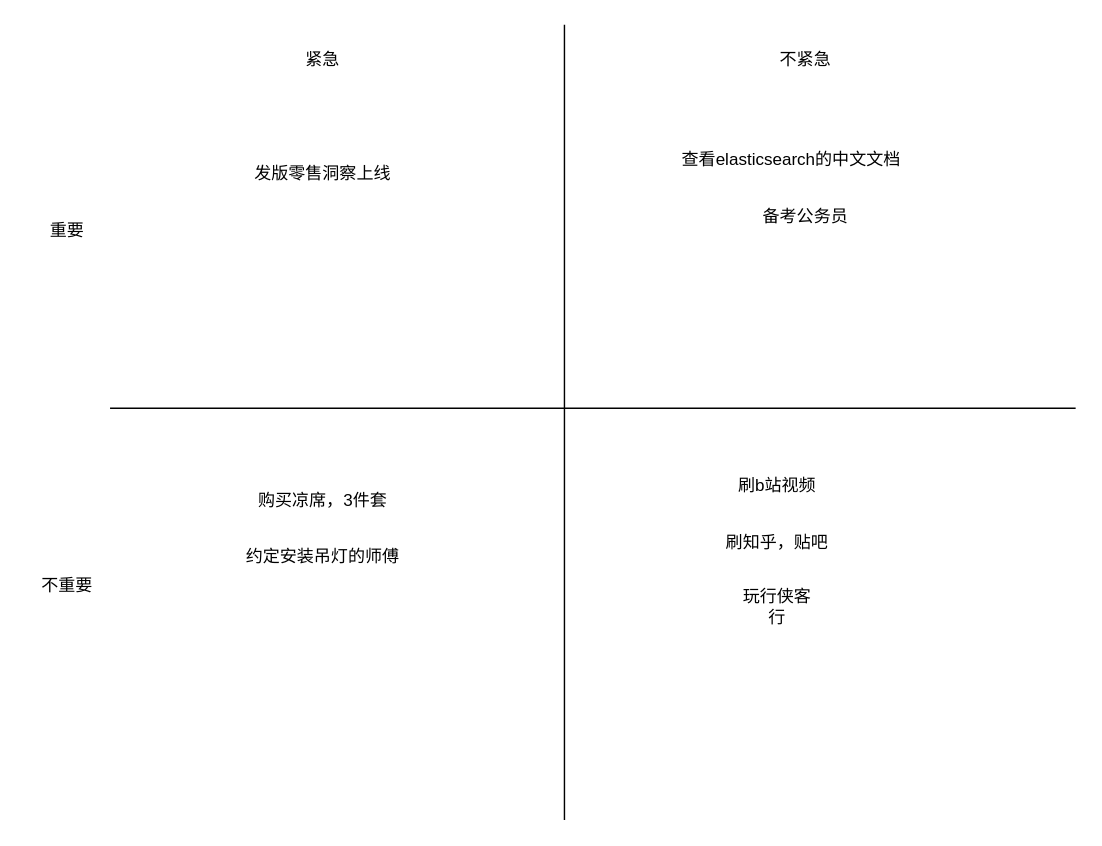
Earlier version of the draw.io diagram 6月四象限.drawio (nothingMoreL/diagrams). Source tidied: cells renumbered, new cells numbered last; positions are measured from the earlier drawing's top-left corner, leaving out a move shared by most shapes. Both pictures are drawn from the tidied source at 142%, with x=0, y=0 at pixel (24, 24).
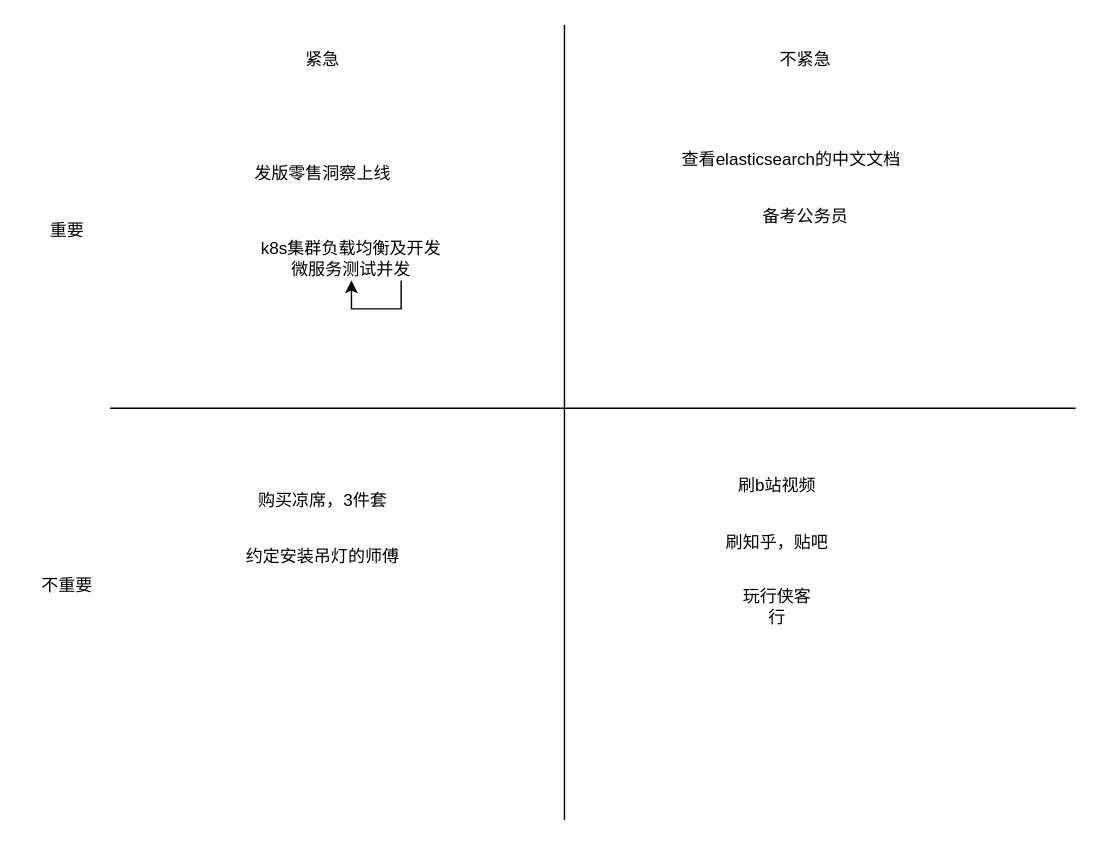
The same diagram, later.

Commit message:
更新6月四象限.drawio

The edit, as a diff of the source:
```diff
@@
 <mxGraphModel>
   <root>
     <mxCell id="0" />
     <mxCell id="1" parent="0" />
     <mxCell id="2" style="endArrow=none;html=1;rounded=0;" parent="1" edge="1">
       <mxGeometry relative="1" as="geometry">
         <mxPoint x="60" y="270" as="sourcePoint" />
         <mxPoint x="740" y="270" as="targetPoint" />
       </mxGeometry>
     </mxCell>
     <mxCell id="3" style="endArrow=none;html=1;rounded=0;" parent="1" edge="1">
       <mxGeometry relative="1" as="geometry">
         <mxPoint x="380" y="560" as="sourcePoint" />
         <mxPoint x="380" as="targetPoint" />
       </mxGeometry>
     </mxCell>
     <mxCell id="4" value="重要" style="text;html=1;strokeColor=none;fillColor=none;align=center;verticalAlign=middle;whiteSpace=wrap;rounded=0;" parent="1" vertex="1">
       <mxGeometry y="130" width="60" height="30" as="geometry" />
     </mxCell>
     <mxCell id="5" value="不重要" style="text;html=1;strokeColor=none;fillColor=none;align=center;verticalAlign=middle;whiteSpace=wrap;rounded=0;" parent="1" vertex="1">
       <mxGeometry y="380" width="60" height="30" as="geometry" />
     </mxCell>
     <mxCell id="6" value="紧急" style="text;html=1;strokeColor=none;fillColor=none;align=center;verticalAlign=middle;whiteSpace=wrap;rounded=0;" parent="1" vertex="1">
       <mxGeometry x="180" y="10" width="60" height="30" as="geometry" />
     </mxCell>
     <mxCell id="7" value="不紧急" style="text;html=1;strokeColor=none;fillColor=none;align=center;verticalAlign=middle;whiteSpace=wrap;rounded=0;" parent="1" vertex="1">
       <mxGeometry x="520" y="10" width="60" height="30" as="geometry" />
     </mxCell>
     <mxCell id="8" value="发版零售洞察上线" style="text;html=1;strokeColor=none;fillColor=none;align=center;verticalAlign=middle;whiteSpace=wrap;rounded=0;" parent="1" vertex="1">
       <mxGeometry x="130" y="90" width="160" height="30" as="geometry" />
     </mxCell>
     <mxCell id="9" value="查看elasticsearch的中文文档" style="text;html=1;strokeColor=none;fillColor=none;align=center;verticalAlign=middle;whiteSpace=wrap;rounded=0;" parent="1" vertex="1">
       <mxGeometry x="440" y="80" width="200" height="30" as="geometry" />
     </mxCell>
     <mxCell id="10" value="购买凉席，3件套" style="text;html=1;strokeColor=none;fillColor=none;align=center;verticalAlign=middle;whiteSpace=wrap;rounded=0;" parent="1" vertex="1">
       <mxGeometry x="145" y="320" width="130" height="30" as="geometry" />
     </mxCell>
     <mxCell id="11" value="约定安装吊灯的师傅" style="text;html=1;strokeColor=none;fillColor=none;align=center;verticalAlign=middle;whiteSpace=wrap;rounded=0;" parent="1" vertex="1">
       <mxGeometry x="135" y="360" width="150" height="30" as="geometry" />
     </mxCell>
     <mxCell id="12" value="刷b站视频" style="text;html=1;strokeColor=none;fillColor=none;align=center;verticalAlign=middle;whiteSpace=wrap;rounded=0;" parent="1" vertex="1">
       <mxGeometry x="500" y="310" width="60" height="30" as="geometry" />
     </mxCell>
     <mxCell id="13" value="刷知乎，贴吧" style="text;html=1;strokeColor=none;fillColor=none;align=center;verticalAlign=middle;whiteSpace=wrap;rounded=0;" parent="1" vertex="1">
       <mxGeometry x="480" y="350" width="100" height="30" as="geometry" />
     </mxCell>
     <mxCell id="14" value="玩行侠客行" style="text;html=1;strokeColor=none;fillColor=none;align=center;verticalAlign=middle;whiteSpace=wrap;rounded=0;" parent="1" vertex="1">
       <mxGeometry x="500" y="395" width="60" height="30" as="geometry" />
     </mxCell>
     <mxCell id="15" value="备考公务员" style="text;html=1;strokeColor=none;fillColor=none;align=center;verticalAlign=middle;whiteSpace=wrap;rounded=0;" parent="1" vertex="1">
       <mxGeometry x="490" y="120" width="120" height="30" as="geometry" />
     </mxCell>
+    <mxCell id="16" value="k8s集群负载均衡及开发微服务测试并发" style="text;html=1;strokeColor=none;fillColor=none;align=center;verticalAlign=middle;whiteSpace=wrap;rounded=0;" parent="1" vertex="1">
+      <mxGeometry x="160" y="150" width="140" height="30" as="geometry" />
+    </mxCell>
+    <mxCell id="17" style="edgeStyle=orthogonalEdgeStyle;rounded=0;orthogonalLoop=1;jettySize=auto;html=1;exitX=0.75;exitY=1;exitDx=0;exitDy=0;" parent="1" edge="1" source="16" target="16">
+      <mxGeometry relative="1" as="geometry" />
+    </mxCell>
   </root>
 </mxGraphModel>
```
